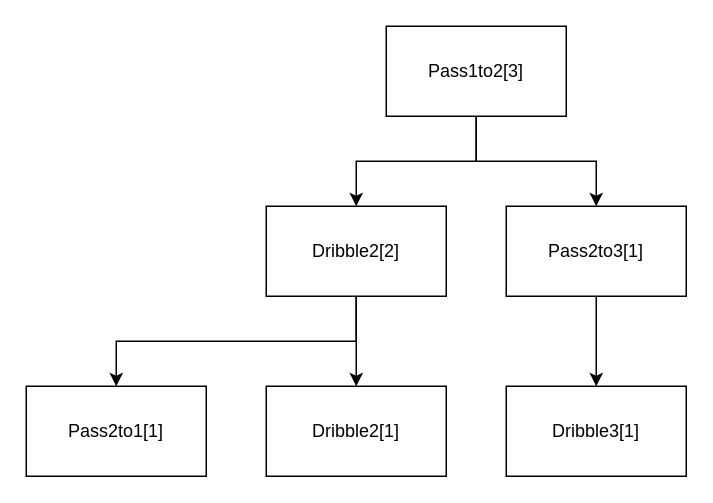
SuperTikuwa/drawio keeps this draw.io diagram as trie.drawio. Above is the earlier version. Source tidied: cells renumbered, new cells numbered last; positions are measured from the earlier drawing's top-left corner, leaving out a move shared by most shapes. Both pictures are drawn from the tidied source at 150%, with x=0, y=0 at pixel (26, 26).
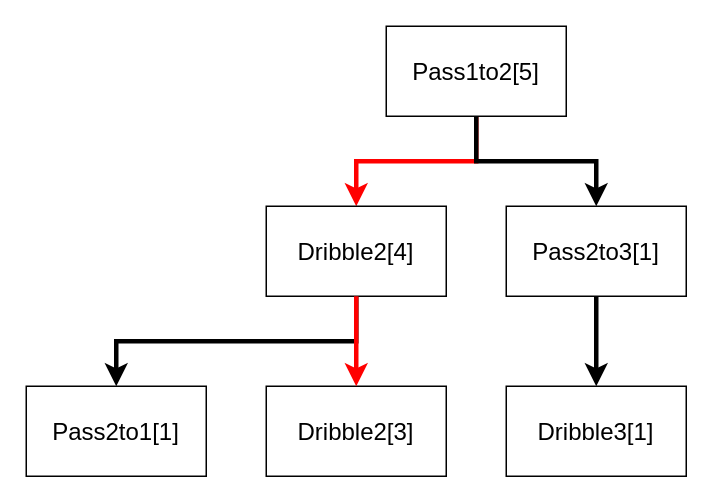
The same diagram, later.

Commit message (it also covers changes not shown here):
trie.drawio を更新します

Change to the diagram source:
```diff
@@
 <mxGraphModel>
   <root>
     <mxCell id="0" />
     <mxCell id="1" parent="0" />
-    <mxCell id="2" style="edgeStyle=orthogonalEdgeStyle;rounded=0;jettySize=auto;html=1;entryX=0.5;entryY=0;entryDx=0;entryDy=0;" parent="1" edge="1" source="4" target="7">
+    <mxCell id="2" style="edgeStyle=orthogonalEdgeStyle;rounded=0;jettySize=auto;html=1;entryX=0.5;entryY=0;entryDx=0;entryDy=0;strokeWidth=3;fontSize=16;fontColor=#FF0000;strokeColor=#FF0000;" parent="1" edge="1" source="4" target="7">
       <mxGeometry relative="1" as="geometry" />
     </mxCell>
-    <mxCell id="3" style="edgeStyle=orthogonalEdgeStyle;rounded=0;jettySize=auto;html=1;exitX=0.5;exitY=1;exitDx=0;exitDy=0;entryX=0.5;entryY=0;entryDx=0;entryDy=0;" parent="1" edge="1" source="4" target="9">
+    <mxCell id="3" style="edgeStyle=orthogonalEdgeStyle;rounded=0;jettySize=auto;html=1;exitX=0.5;exitY=1;exitDx=0;exitDy=0;entryX=0.5;entryY=0;entryDx=0;entryDy=0;strokeWidth=3;fontSize=16;" parent="1" edge="1" source="4" target="9">
       <mxGeometry relative="1" as="geometry" />
     </mxCell>
-    <mxCell id="4" value="Pass1to2[3]" style="rounded=0;whiteSpace=wrap;html=1;" parent="1" vertex="1">
+    <mxCell id="4" value="Pass1to2[5]" style="rounded=0;whiteSpace=wrap;html=1;fontSize=16;" parent="1" vertex="1">
       <mxGeometry x="240" width="120" height="60" as="geometry" />
     </mxCell>
-    <mxCell id="5" style="edgeStyle=orthogonalEdgeStyle;rounded=0;jettySize=auto;html=1;exitX=0.5;exitY=1;exitDx=0;exitDy=0;entryX=0.5;entryY=0;entryDx=0;entryDy=0;" parent="1" edge="1" source="7" target="11">
-      <mxGeometry relative="1" as="geometry" />
-    </mxCell>
-    <mxCell id="6" style="edgeStyle=orthogonalEdgeStyle;rounded=0;jettySize=auto;html=1;exitX=0.5;exitY=1;exitDx=0;exitDy=0;entryX=0.5;entryY=0;entryDx=0;entryDy=0;" parent="1" edge="1" source="7" target="10">
+    <mxCell id="6" style="edgeStyle=orthogonalEdgeStyle;rounded=0;jettySize=auto;html=1;exitX=0.5;exitY=1;exitDx=0;exitDy=0;entryX=0.5;entryY=0;entryDx=0;entryDy=0;strokeWidth=3;fontSize=16;" parent="1" edge="1" source="7" target="10">
       <mxGeometry relative="1" as="geometry" />
     </mxCell>
-    <mxCell id="7" value="Dribble2[2]" style="rounded=0;whiteSpace=wrap;html=1;" parent="1" vertex="1">
+    <mxCell id="7" value="Dribble2[4]" style="rounded=0;whiteSpace=wrap;html=1;fontSize=16;" parent="1" vertex="1">
       <mxGeometry x="160" y="120" width="120" height="60" as="geometry" />
     </mxCell>
-    <mxCell id="8" style="edgeStyle=orthogonalEdgeStyle;rounded=0;jettySize=auto;html=1;exitX=0.5;exitY=1;exitDx=0;exitDy=0;entryX=0.5;entryY=0;entryDx=0;entryDy=0;" parent="1" edge="1" source="9" target="12">
+    <mxCell id="8" style="edgeStyle=orthogonalEdgeStyle;rounded=0;jettySize=auto;html=1;exitX=0.5;exitY=1;exitDx=0;exitDy=0;entryX=0.5;entryY=0;entryDx=0;entryDy=0;strokeWidth=3;fontSize=16;" parent="1" edge="1" source="9" target="12">
       <mxGeometry relative="1" as="geometry" />
     </mxCell>
-    <mxCell id="9" value="Pass2to3[1]" style="rounded=0;whiteSpace=wrap;html=1;" parent="1" vertex="1">
+    <mxCell id="9" value="Pass2to3[1]" style="rounded=0;whiteSpace=wrap;html=1;fontSize=16;" parent="1" vertex="1">
       <mxGeometry x="320" y="120" width="120" height="60" as="geometry" />
     </mxCell>
-    <mxCell id="10" value="Pass2to1[1]" style="rounded=0;whiteSpace=wrap;html=1;" parent="1" vertex="1">
+    <mxCell id="10" value="Pass2to1[1]" style="rounded=0;whiteSpace=wrap;html=1;fontSize=16;" parent="1" vertex="1">
       <mxGeometry y="240" width="120" height="60" as="geometry" />
     </mxCell>
-    <mxCell id="11" value="Dribble2[1]" style="rounded=0;whiteSpace=wrap;html=1;" parent="1" vertex="1">
+    <mxCell id="11" value="Dribble2[3]" style="rounded=0;whiteSpace=wrap;html=1;fontSize=16;" parent="1" vertex="1">
       <mxGeometry x="160" y="240" width="120" height="60" as="geometry" />
     </mxCell>
-    <mxCell id="12" value="Dribble3[1]" style="rounded=0;whiteSpace=wrap;html=1;" parent="1" vertex="1">
+    <mxCell id="12" value="Dribble3[1]" style="rounded=0;whiteSpace=wrap;html=1;fontSize=16;" parent="1" vertex="1">
       <mxGeometry x="320" y="240" width="120" height="60" as="geometry" />
     </mxCell>
+    <mxCell id="5" style="edgeStyle=orthogonalEdgeStyle;rounded=0;jettySize=auto;html=1;exitX=0.5;exitY=1;exitDx=0;exitDy=0;entryX=0.5;entryY=0;entryDx=0;entryDy=0;strokeWidth=3;fontSize=16;fontColor=#FF0000;strokeColor=#FF0000;" parent="1" edge="1" source="7" target="11">
+      <mxGeometry relative="1" as="geometry" />
+    </mxCell>
   </root>
 </mxGraphModel>
```
